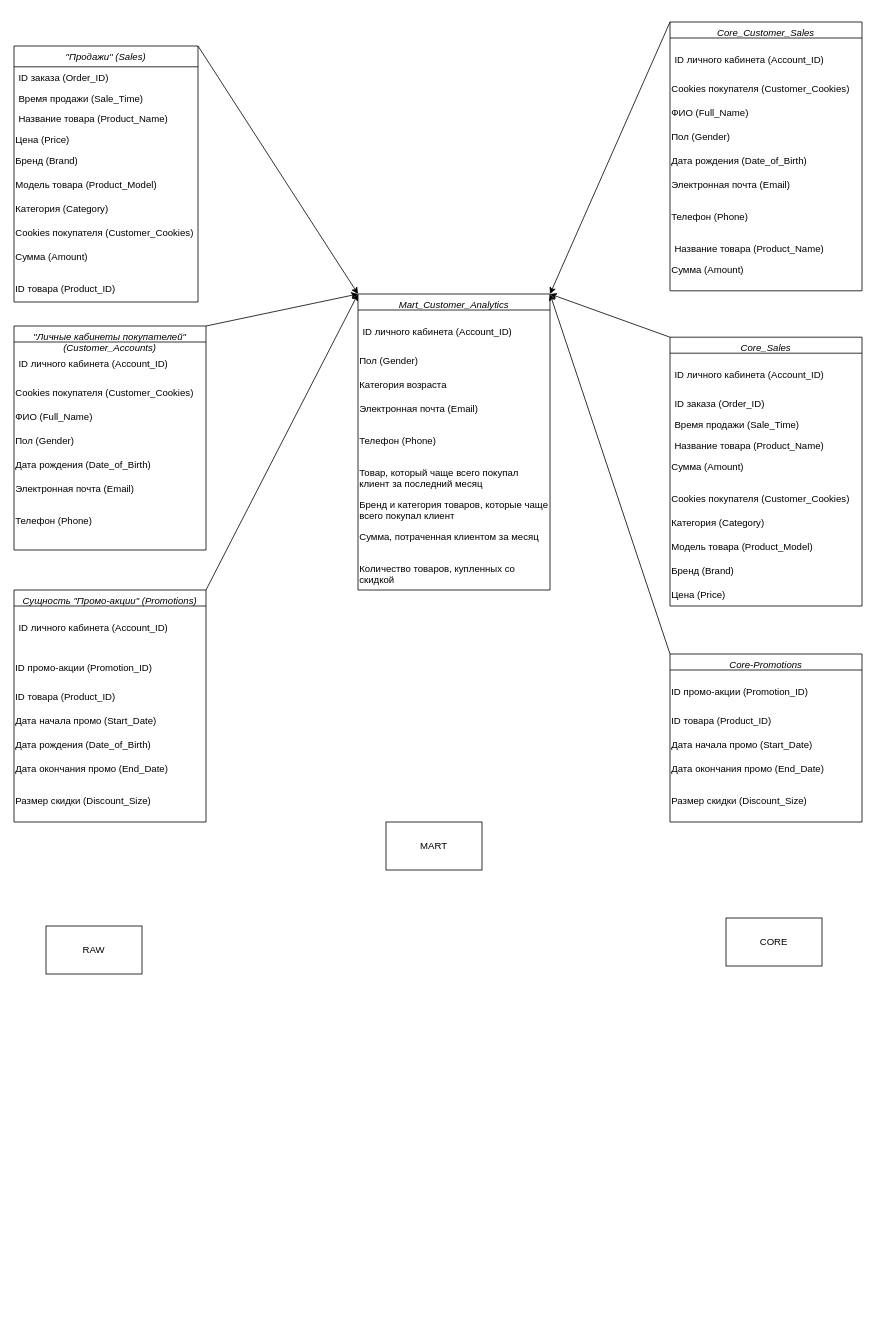
Earlier version of the draw.io diagram DWH продажи - маркетинг.drawio (gden01/1T_DE_2.6). Source tidied: cells renumbered, new cells numbered last; positions are measured from the earlier drawing's top-left corner, leaving out a move shared by most shapes. Both pictures are drawn from the tidied source at 80%, with x=0, y=0 at pixel (14, 22).
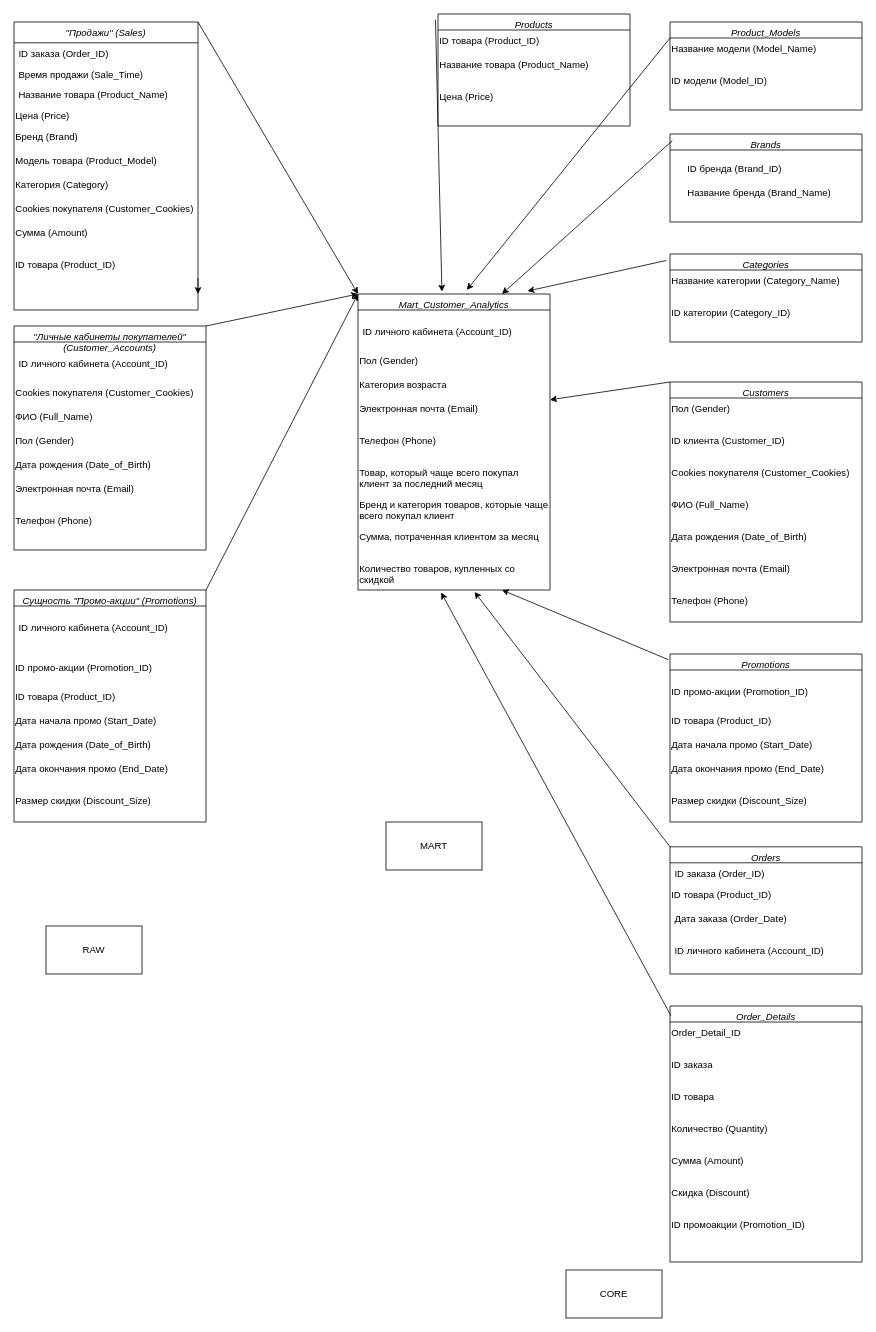
After the change.

Commit message (it also covers changes not shown here):
схема приведена к структуре 3nf

Unchanged cells that the change refers to:
```xml
<mxCell id="12" value="ID товара (Product_ID)" style="text;whiteSpace=wrap;html=1;" parent="2" vertex="1">
  <mxGeometry y="290" width="230" height="30" as="geometry" />
</mxCell>
<mxCell id="39" value="Mart_Customer_Analytics" style="swimlane;fontStyle=2;align=center;verticalAlign=top;horizontal=1;startSize=20;rounded=0;shadow=0;strokeWidth=1;" parent="1" vertex="1">
  <mxGeometry x="430" y="340" width="240" height="370" as="geometry" />
</mxCell>
<mxCell id="43" value="Электронная почта (Email)" style="text;whiteSpace=wrap;html=1;" parent="39" vertex="1">
  <mxGeometry y="130" width="240" height="40" as="geometry" />
</mxCell>
<mxCell id="48" value="Количество товаров, купленных со скидкой" style="text;whiteSpace=wrap;html=1;" parent="39" vertex="1">
  <mxGeometry y="330" width="240" height="40" as="geometry" />
</mxCell>
```

The edit, as a diff of the source:
```diff
@@
     <mxCell id="2" value="&quot;Продажи&quot; (Sales)" style="swimlane;fontStyle=2;align=center;verticalAlign=top;horizontal=1;startSize=26;rounded=0;shadow=0;strokeWidth=1;" parent="1" vertex="1">
-      <mxGeometry y="30" width="230" height="320" as="geometry" />
+      <mxGeometry width="230" height="360" as="geometry" />
     </mxCell>
@@
+    <mxCell id="75" style="edgeStyle=orthogonalEdgeStyle;rounded=0;jettySize=auto;html=1;exitX=1;exitY=1;exitDx=0;exitDy=0;" parent="2" edge="1" source="12">
+      <mxGeometry relative="1" as="geometry">
+        <mxPoint x="230" y="340" as="targetPoint" />
+      </mxGeometry>
+    </mxCell>
@@
-    <mxCell id="29" value="Core_Customer_Sales" style="swimlane;fontStyle=2;align=center;verticalAlign=top;horizontal=1;startSize=20;rounded=0;shadow=0;strokeWidth=1;" parent="1" vertex="1">
-      <mxGeometry x="820" width="240" height="336" as="geometry" />
+    <mxCell id="29" value="Product_Models" style="swimlane;fontStyle=2;align=center;verticalAlign=top;horizontal=1;startSize=20;rounded=0;shadow=0;strokeWidth=1;" parent="1" vertex="1">
+      <mxGeometry x="820" width="240" height="110" as="geometry" />
     </mxCell>
-    <mxCell id="30" value="&#10;ID личного кабинета (Account_ID)" style="text;align=left;verticalAlign=top;spacingLeft=4;spacingRight=4;overflow=hidden;rounded=0;shadow=0;html=0;" parent="29" vertex="1">
-      <mxGeometry y="20" width="240" height="50" as="geometry" />
-    </mxCell>
-    <mxCell id="31" value="Cookies покупателя (Customer_Cookies)" style="text;whiteSpace=wrap;html=1;" parent="29" vertex="1">
-      <mxGeometry y="70" width="240" height="30" as="geometry" />
-    </mxCell>
-    <mxCell id="32" value="ФИО (Full_Name)" style="text;whiteSpace=wrap;html=1;" parent="29" vertex="1">
-      <mxGeometry y="100" width="240" height="30" as="geometry" />
-    </mxCell>
-    <mxCell id="33" value="Пол (Gender)" style="text;whiteSpace=wrap;html=1;" parent="29" vertex="1">
-      <mxGeometry y="130" width="240" height="30" as="geometry" />
-    </mxCell>
-    <mxCell id="34" value="Дата рождения (Date_of_Birth)" style="text;whiteSpace=wrap;html=1;" parent="29" vertex="1">
-      <mxGeometry y="160" width="240" height="30" as="geometry" />
-    </mxCell>
-    <mxCell id="35" value="Электронная почта (Email)" style="text;whiteSpace=wrap;html=1;" parent="29" vertex="1">
-      <mxGeometry y="190" width="240" height="40" as="geometry" />
-    </mxCell>
-    <mxCell id="36" value="Телефон (Phone)" style="text;whiteSpace=wrap;html=1;" parent="29" vertex="1">
-      <mxGeometry y="230" width="240" height="40" as="geometry" />
-    </mxCell>
-    <mxCell id="37" value="Название товара (Product_Name)" style="text;align=left;verticalAlign=top;spacingLeft=4;spacingRight=4;overflow=hidden;rounded=0;shadow=0;html=0;" parent="29" vertex="1">
-      <mxGeometry y="270" width="240" height="26" as="geometry" />
-    </mxCell>
-    <mxCell id="38" value="Сумма (Amount)" style="text;whiteSpace=wrap;html=1;" parent="29" vertex="1">
-      <mxGeometry y="296" width="240" height="40" as="geometry" />
-    </mxCell>
+    <mxCell id="76" value="Название модели (Model_Name)" style="text;whiteSpace=wrap;html=1;" parent="29" vertex="1">
+      <mxGeometry y="20" width="240" height="40" as="geometry" />
+    </mxCell>
+    <mxCell id="77" value="ID модели (Model_ID)" style="text;whiteSpace=wrap;html=1;" parent="29" vertex="1">
+      <mxGeometry y="60" width="240" height="40" as="geometry" />
+    </mxCell>
@@
     <mxCell id="50" value="CORE" style="rounded=0;whiteSpace=wrap;html=1;" parent="1" vertex="1">
-      <mxGeometry x="890" y="1120" width="120" height="60" as="geometry" />
+      <mxGeometry x="690" y="1560" width="120" height="60" as="geometry" />
     </mxCell>
@@
-    <mxCell id="52" value="Core_Sales" style="swimlane;fontStyle=2;align=center;verticalAlign=top;horizontal=1;startSize=20;rounded=0;shadow=0;strokeWidth=1;" parent="1" vertex="1">
-      <mxGeometry x="820" y="394" width="240" height="336" as="geometry" />
-    </mxCell>
-    <mxCell id="53" value="&#10;ID личного кабинета (Account_ID)" style="text;align=left;verticalAlign=top;spacingLeft=4;spacingRight=4;overflow=hidden;rounded=0;shadow=0;html=0;" parent="52" vertex="1">
-      <mxGeometry y="20" width="240" height="50" as="geometry" />
-    </mxCell>
-    <mxCell id="54" value="ID заказа (Order_ID)" style="text;align=left;verticalAlign=top;spacingLeft=4;spacingRight=4;overflow=hidden;rounded=0;shadow=0;html=0;" parent="52" vertex="1">
-      <mxGeometry y="70" width="240" height="26" as="geometry" />
-    </mxCell>
-    <mxCell id="55" value="Время продажи (Sale_Time)" style="text;align=left;verticalAlign=top;spacingLeft=4;spacingRight=4;overflow=hidden;rounded=0;shadow=0;html=0;" parent="52" vertex="1">
-      <mxGeometry y="96" width="240" height="26" as="geometry" />
-    </mxCell>
-    <mxCell id="56" value="Название товара (Product_Name)" style="text;align=left;verticalAlign=top;spacingLeft=4;spacingRight=4;overflow=hidden;rounded=0;shadow=0;html=0;" parent="52" vertex="1">
-      <mxGeometry y="122" width="240" height="26" as="geometry" />
-    </mxCell>
-    <mxCell id="57" value="Сумма (Amount)" style="text;whiteSpace=wrap;html=1;" parent="52" vertex="1">
-      <mxGeometry y="148" width="240" height="40" as="geometry" />
-    </mxCell>
-    <mxCell id="58" value="Cookies покупателя (Customer_Cookies)" style="text;whiteSpace=wrap;html=1;" parent="52" vertex="1">
-      <mxGeometry y="188" width="240" height="30" as="geometry" />
-    </mxCell>
-    <mxCell id="59" value="Категория (Category)" style="text;whiteSpace=wrap;html=1;" parent="52" vertex="1">
-      <mxGeometry y="218" width="240" height="30" as="geometry" />
-    </mxCell>
-    <mxCell id="60" value="Модель товара (Product_Model)" style="text;whiteSpace=wrap;html=1;" parent="52" vertex="1">
-      <mxGeometry y="248" width="240" height="30" as="geometry" />
-    </mxCell>
-    <mxCell id="61" value="Бренд (Brand)" style="text;whiteSpace=wrap;html=1;" parent="52" vertex="1">
-      <mxGeometry y="278" width="240" height="30" as="geometry" />
-    </mxCell>
-    <mxCell id="62" value="Цена (Price)" style="text;whiteSpace=wrap;html=1;" parent="52" vertex="1">
-      <mxGeometry y="308" width="240" height="26" as="geometry" />
-    </mxCell>
-    <mxCell id="63" value="Core-Promotions" style="swimlane;fontStyle=2;align=center;verticalAlign=top;horizontal=1;startSize=20;rounded=0;shadow=0;strokeWidth=1;" parent="1" vertex="1">
+    <mxCell id="63" value="Promotions" style="swimlane;fontStyle=2;align=center;verticalAlign=top;horizontal=1;startSize=20;rounded=0;shadow=0;strokeWidth=1;" parent="1" vertex="1">
       <mxGeometry x="820" y="790" width="240" height="210" as="geometry" />
     </mxCell>
@@
-    <mxCell id="72" style="endArrow=classic;html=1;rounded=0;exitX=0;exitY=0;exitDx=0;exitDy=0;entryX=1;entryY=0;entryDx=0;entryDy=0;" parent="1" edge="1" source="29" target="39">
-      <mxGeometry relative="1" as="geometry" />
-    </mxCell>
-    <mxCell id="73" style="endArrow=classic;html=1;rounded=0;entryX=1;entryY=0;entryDx=0;entryDy=0;exitX=0;exitY=0;exitDx=0;exitDy=0;" parent="1" edge="1" source="52" target="39">
-      <mxGeometry relative="1" as="geometry" />
-    </mxCell>
-    <mxCell id="74" style="endArrow=classic;html=1;rounded=0;exitX=0;exitY=0;exitDx=0;exitDy=0;entryX=1;entryY=0;entryDx=0;entryDy=0;" parent="1" edge="1" source="63" target="39">
-      <mxGeometry relative="1" as="geometry" />
-    </mxCell>
+    <mxCell id="78" value="Products" style="swimlane;fontStyle=2;align=center;verticalAlign=top;horizontal=1;startSize=20;rounded=0;shadow=0;strokeWidth=1;" parent="1" vertex="1">
+      <mxGeometry x="530" y="-10" width="240" height="140" as="geometry" />
+    </mxCell>
+    <mxCell id="79" value="ID товара (Product_ID)" style="text;whiteSpace=wrap;html=1;" parent="78" vertex="1">
+      <mxGeometry y="20" width="240" height="30" as="geometry" />
+    </mxCell>
+    <mxCell id="80" value="Название товара (Product_Name)" style="text;whiteSpace=wrap;html=1;" parent="78" vertex="1">
+      <mxGeometry y="50" width="240" height="40" as="geometry" />
+    </mxCell>
+    <mxCell id="62" value="Цена (Price)" style="text;whiteSpace=wrap;html=1;" parent="78" vertex="1">
+      <mxGeometry y="90" width="240" height="40" as="geometry" />
+    </mxCell>
+    <mxCell id="81" value="Orders" style="swimlane;fontStyle=2;align=center;verticalAlign=top;horizontal=1;startSize=20;rounded=0;shadow=0;strokeWidth=1;" parent="1" vertex="1">
+      <mxGeometry x="820" y="1031" width="240" height="159" as="geometry" />
+    </mxCell>
+    <mxCell id="54" value="ID заказа (Order_ID)" style="text;align=left;verticalAlign=top;spacingLeft=4;spacingRight=4;overflow=hidden;rounded=0;shadow=0;html=0;" parent="81" vertex="1">
+      <mxGeometry y="20" width="240" height="26" as="geometry" />
+    </mxCell>
+    <mxCell id="82" value="ID товара (Product_ID)" style="text;whiteSpace=wrap;html=1;" parent="81" vertex="1">
+      <mxGeometry y="46" width="240" height="30" as="geometry" />
+    </mxCell>
+    <mxCell id="83" value="Дата заказа (Order_Date)" style="text;align=left;verticalAlign=top;spacingLeft=4;spacingRight=4;overflow=hidden;rounded=0;shadow=0;html=0;" parent="81" vertex="1">
+      <mxGeometry y="76" width="240" height="26" as="geometry" />
+    </mxCell>
+    <mxCell id="84" value="&#10;ID личного кабинета (Account_ID)" style="text;align=left;verticalAlign=top;spacingLeft=4;spacingRight=4;overflow=hidden;rounded=0;shadow=0;html=0;" parent="81" vertex="1">
+      <mxGeometry y="102" width="240" height="50" as="geometry" />
+    </mxCell>
+    <mxCell id="85" value="Order_Details" style="swimlane;fontStyle=2;align=center;verticalAlign=top;horizontal=1;startSize=20;rounded=0;shadow=0;strokeWidth=1;" parent="1" vertex="1">
+      <mxGeometry x="820" y="1230" width="240" height="320" as="geometry" />
+    </mxCell>
+    <mxCell id="86" value="Order_Detail_ID" style="text;whiteSpace=wrap;html=1;" parent="85" vertex="1">
+      <mxGeometry y="20" width="240" height="40" as="geometry" />
+    </mxCell>
+    <mxCell id="87" value="ID заказа" style="text;whiteSpace=wrap;html=1;" parent="85" vertex="1">
+      <mxGeometry y="60" width="240" height="40" as="geometry" />
+    </mxCell>
+    <mxCell id="88" value="ID товара" style="text;whiteSpace=wrap;html=1;" parent="85" vertex="1">
+      <mxGeometry y="100" width="240" height="40" as="geometry" />
+    </mxCell>
+    <mxCell id="89" value="Количество (Quantity)" style="text;whiteSpace=wrap;html=1;" parent="85" vertex="1">
+      <mxGeometry y="140" width="240" height="40" as="geometry" />
+    </mxCell>
+    <mxCell id="90" value="Сумма (Amount)" style="text;whiteSpace=wrap;html=1;" parent="85" vertex="1">
+      <mxGeometry y="180" width="240" height="40" as="geometry" />
+    </mxCell>
+    <mxCell id="91" value="Скидка (Discount)" style="text;whiteSpace=wrap;html=1;" parent="85" vertex="1">
+      <mxGeometry y="220" width="240" height="40" as="geometry" />
+    </mxCell>
+    <mxCell id="92" value="ID промоакции (Promotion_ID)" style="text;whiteSpace=wrap;html=1;" parent="85" vertex="1">
+      <mxGeometry y="260" width="240" height="40" as="geometry" />
+    </mxCell>
+    <mxCell id="93" value="Brands" style="swimlane;fontStyle=2;align=center;verticalAlign=top;horizontal=1;startSize=20;rounded=0;shadow=0;strokeWidth=1;" parent="1" vertex="1">
+      <mxGeometry x="820" y="140" width="240" height="110" as="geometry" />
+    </mxCell>
+    <mxCell id="94" value="ID бренда (Brand_ID)" style="text;whiteSpace=wrap;html=1;" parent="1" vertex="1">
+      <mxGeometry x="840" y="170" width="150" height="40" as="geometry" />
+    </mxCell>
+    <mxCell id="95" value="Название бренда (Brand_Name)" style="text;whiteSpace=wrap;html=1;" parent="1" vertex="1">
+      <mxGeometry x="840" y="200" width="210" height="40" as="geometry" />
+    </mxCell>
+    <mxCell id="96" value="Categories" style="swimlane;fontStyle=2;align=center;verticalAlign=top;horizontal=1;startSize=20;rounded=0;shadow=0;strokeWidth=1;" parent="1" vertex="1">
+      <mxGeometry x="820" y="290" width="240" height="110" as="geometry" />
+    </mxCell>
+    <mxCell id="97" value="Название категории (Category_Name)" style="text;whiteSpace=wrap;html=1;" parent="96" vertex="1">
+      <mxGeometry y="20" width="240" height="40" as="geometry" />
+    </mxCell>
+    <mxCell id="98" value="ID категории (Category_ID)" style="text;whiteSpace=wrap;html=1;" parent="96" vertex="1">
+      <mxGeometry y="60" width="240" height="40" as="geometry" />
+    </mxCell>
+    <mxCell id="99" value="Customers" style="swimlane;fontStyle=2;align=center;verticalAlign=top;horizontal=1;startSize=20;rounded=0;shadow=0;strokeWidth=1;" parent="1" vertex="1">
+      <mxGeometry x="820" y="450" width="240" height="300" as="geometry" />
+    </mxCell>
+    <mxCell id="33" value="Пол (Gender)" style="text;whiteSpace=wrap;html=1;" parent="99" vertex="1">
+      <mxGeometry y="20" width="240" height="40" as="geometry" />
+    </mxCell>
+    <mxCell id="100" value="ID клиента (Customer_ID)" style="text;whiteSpace=wrap;html=1;" parent="99" vertex="1">
+      <mxGeometry y="60" width="240" height="40" as="geometry" />
+    </mxCell>
+    <mxCell id="101" value="Cookies покупателя (Customer_Cookies)" style="text;whiteSpace=wrap;html=1;" parent="99" vertex="1">
+      <mxGeometry y="100" width="240" height="40" as="geometry" />
+    </mxCell>
+    <mxCell id="32" value="ФИО (Full_Name)" style="text;whiteSpace=wrap;html=1;" parent="99" vertex="1">
+      <mxGeometry y="140" width="240" height="40" as="geometry" />
+    </mxCell>
+    <mxCell id="34" value="Дата рождения (Date_of_Birth)" style="text;whiteSpace=wrap;html=1;" parent="99" vertex="1">
+      <mxGeometry y="180" width="240" height="40" as="geometry" />
+    </mxCell>
+    <mxCell id="35" value="Электронная почта (Email)" style="text;whiteSpace=wrap;html=1;" parent="99" vertex="1">
+      <mxGeometry y="220" width="240" height="40" as="geometry" />
+    </mxCell>
+    <mxCell id="36" value="Телефон (Phone)" style="text;whiteSpace=wrap;html=1;" parent="99" vertex="1">
+      <mxGeometry y="260" width="240" height="40" as="geometry" />
+    </mxCell>
+    <mxCell id="102" style="endArrow=classic;html=1;rounded=0;exitX=-0.013;exitY=0.051;exitDx=0;exitDy=0;exitPerimeter=0;entryX=0.437;entryY=-0.008;entryDx=0;entryDy=0;entryPerimeter=0;" parent="1" edge="1" source="78" target="39">
+      <mxGeometry relative="1" as="geometry" />
+    </mxCell>
+    <mxCell id="103" style="endArrow=classic;html=1;rounded=0;entryX=0.567;entryY=-0.014;entryDx=0;entryDy=0;entryPerimeter=0;exitX=0;exitY=0;exitDx=0;exitDy=0;" parent="1" edge="1" source="76" target="39">
+      <mxGeometry relative="1" as="geometry" />
+    </mxCell>
+    <mxCell id="104" style="endArrow=classic;html=1;rounded=0;entryX=0.75;entryY=0;entryDx=0;entryDy=0;exitX=0.012;exitY=0.076;exitDx=0;exitDy=0;exitPerimeter=0;" parent="1" edge="1" source="93" target="39">
+      <mxGeometry relative="1" as="geometry" />
+    </mxCell>
+    <mxCell id="105" style="endArrow=classic;html=1;rounded=0;entryX=0.883;entryY=-0.01;entryDx=0;entryDy=0;entryPerimeter=0;exitX=-0.018;exitY=0.073;exitDx=0;exitDy=0;exitPerimeter=0;" parent="1" edge="1" source="96" target="39">
+      <mxGeometry relative="1" as="geometry" />
+    </mxCell>
+    <mxCell id="106" style="endArrow=classic;html=1;rounded=0;exitX=0;exitY=0;exitDx=0;exitDy=0;" parent="1" edge="1" source="99" target="43">
+      <mxGeometry relative="1" as="geometry" />
+    </mxCell>
+    <mxCell id="107" style="endArrow=classic;html=1;rounded=0;entryX=0.75;entryY=1;entryDx=0;entryDy=0;exitX=-0.008;exitY=0.034;exitDx=0;exitDy=0;exitPerimeter=0;" parent="1" edge="1" source="63" target="48">
+      <mxGeometry relative="1" as="geometry" />
+    </mxCell>
+    <mxCell id="108" style="endArrow=classic;html=1;rounded=0;entryX=0.607;entryY=1.06;entryDx=0;entryDy=0;entryPerimeter=0;exitX=0;exitY=0;exitDx=0;exitDy=0;" parent="1" edge="1" source="81" target="48">
+      <mxGeometry relative="1" as="geometry" />
+    </mxCell>
+    <mxCell id="109" style="endArrow=classic;html=1;rounded=0;entryX=0.433;entryY=1.08;entryDx=0;entryDy=0;entryPerimeter=0;exitX=0.005;exitY=0.038;exitDx=0;exitDy=0;exitPerimeter=0;" parent="1" edge="1" source="85" target="48">
+      <mxGeometry relative="1" as="geometry" />
+    </mxCell>
```
